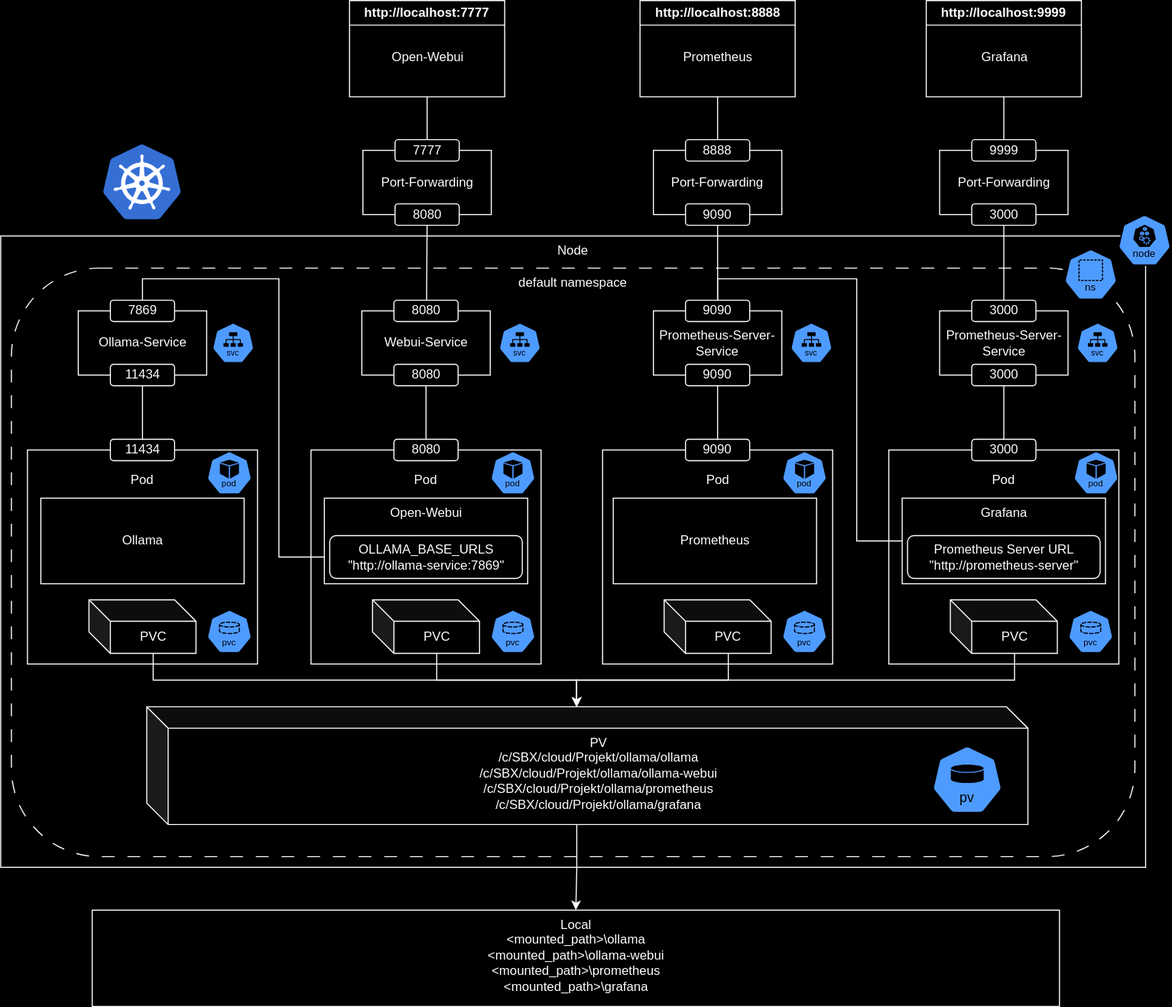
Above: images/Architektur.drawio.svg in Constaa/cloudnative_laborarbeit (draw.io), before the change. Source tidied: cells renumbered, new cells last; positions are measured from the earlier drawing's top-left corner, leaving out a move shared by most shapes.
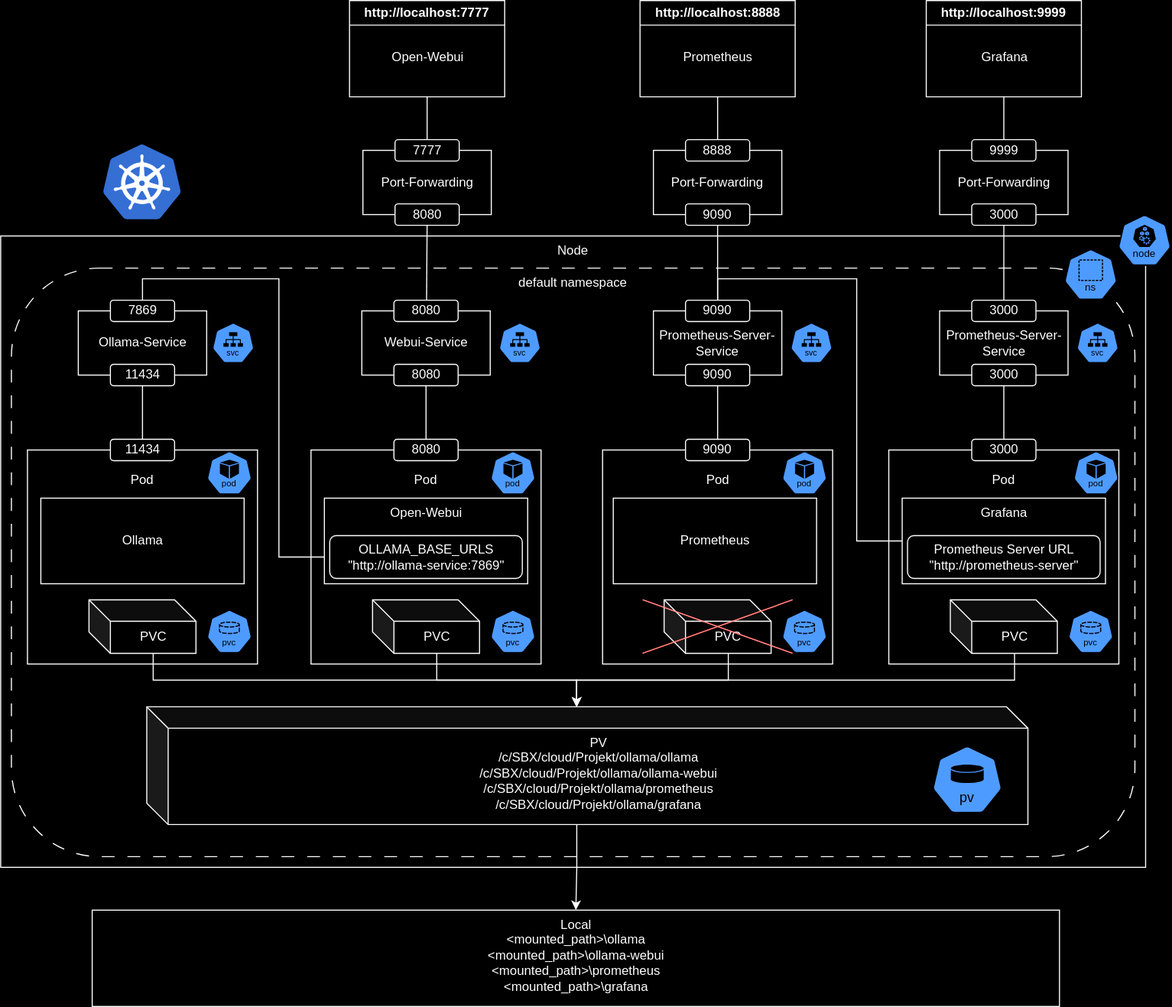
The same diagram one commit later.

Diff of the diagram source:
```diff
@@ -288,5 +288,14 @@
     <mxCell id="91" style="image;sketch=0;html=1;align=center;fontSize=12;image=img/lib/mscae/Kubernetes.svg;" parent="1" vertex="1">
       <mxGeometry x="96" y="135" width="72.9" height="70" as="geometry" />
     </mxCell>
+    <mxCell id="92" style="endArrow=none;html=1;rounded=0;entryX=0.826;entryY=0.7;entryDx=0;entryDy=0;entryPerimeter=0;exitX=0.174;exitY=0.95;exitDx=0;exitDy=0;exitPerimeter=0;fillColor=#f8cecc;strokeColor=#ff0800;" parent="1" edge="1" source="32" target="32">
+      <mxGeometry relative="1" as="geometry" />
+    </mxCell>
+    <mxCell id="93" style="endArrow=none;html=1;rounded=0;strokeColor=#ff0000;" parent="1" edge="1">
+      <mxGeometry relative="1" as="geometry">
+        <mxPoint x="600" y="560" as="sourcePoint" />
+        <mxPoint x="740" y="610" as="targetPoint" />
+      </mxGeometry>
+    </mxCell>
   </root>
 </mxGraphModel>
```
